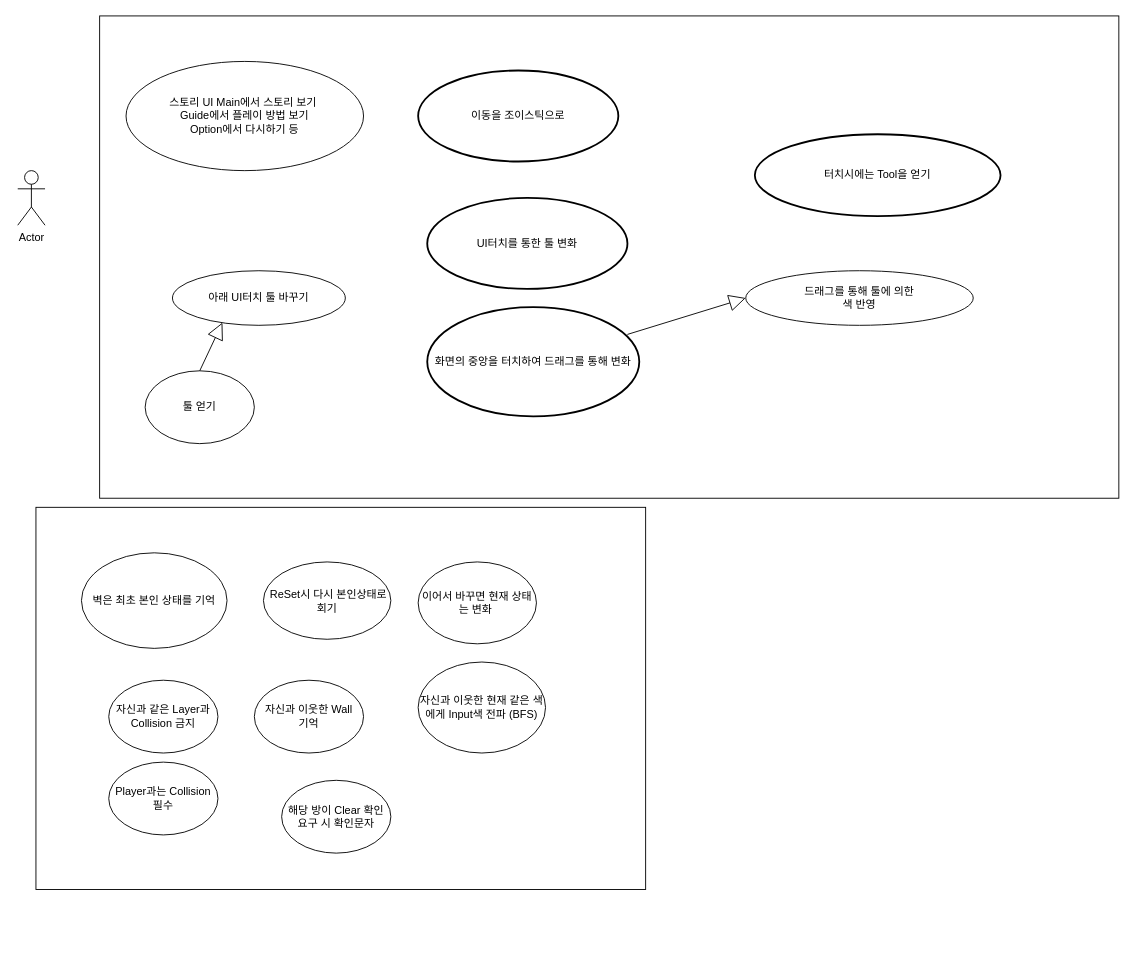
Above: page "페이지-1" (1 of 4) of 2021_Summer_Vacation.drawio in ParkSeongTeak/2021_Summer_Vacation (draw.io), before the change. Source tidied: cells renumbered, new cells numbered last; positions are measured from the earlier drawing's top-left corner, leaving out a move shared by most shapes. Both pictures are drawn from the tidied source at 91%, with x=0, y=0 at pixel (17, 15).
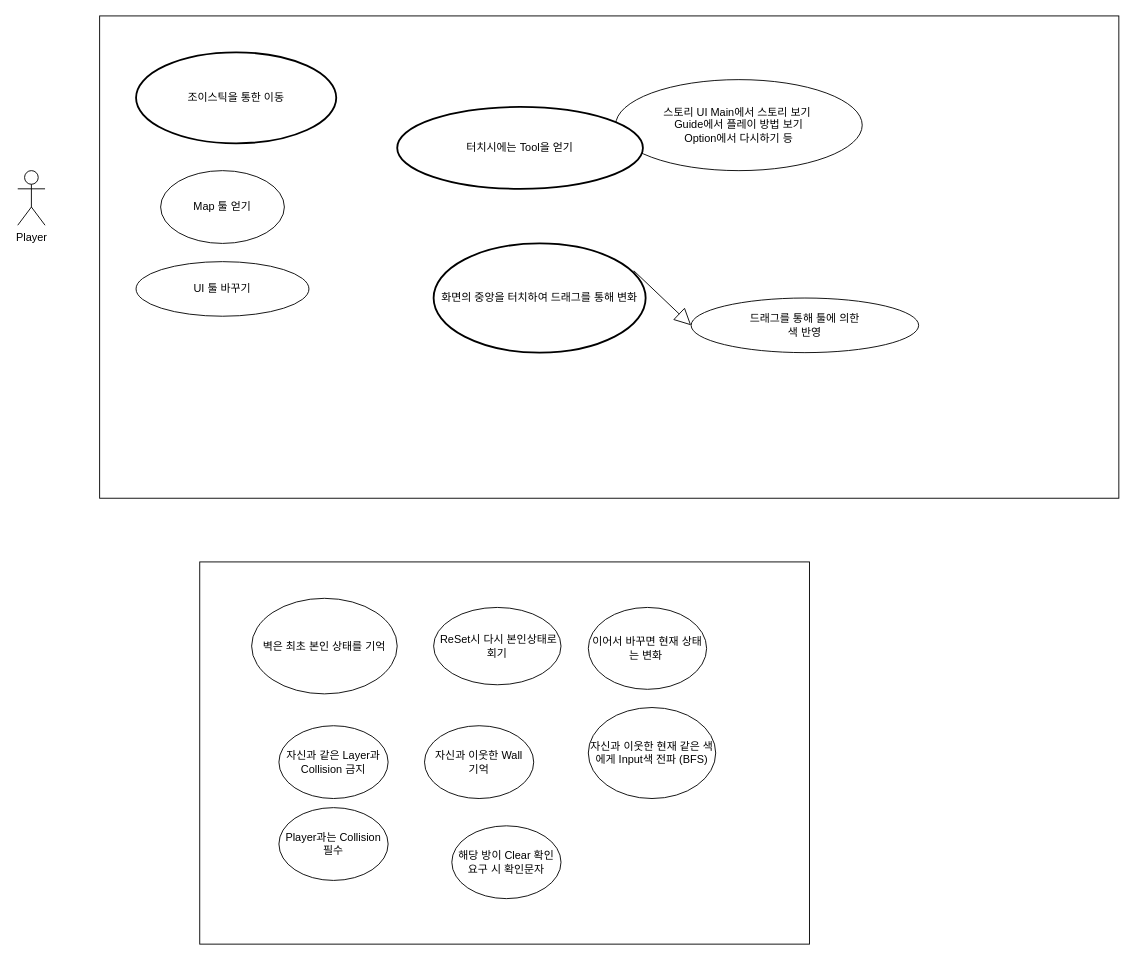
The same diagram, later.

Diff of the diagram source:
```diff
@@
-    <mxCell id="2" value="Actor" style="shape=umlActor;verticalLabelPosition=bottom;verticalAlign=top;html=1;" parent="1" vertex="1">
+    <mxCell id="2" value="Player" style="shape=umlActor;verticalLabelPosition=bottom;verticalAlign=top;html=1;" parent="1" vertex="1">
       <mxGeometry y="170" width="30" height="60" as="geometry" />
     </mxCell>
@@
-    <mxCell id="4" value="아래 UI터치 툴 바꾸기" style="ellipse;whiteSpace=wrap;html=1;" parent="1" vertex="1">
-      <mxGeometry x="170" y="280" width="190" height="60" as="geometry" />
+    <mxCell id="4" value="UI 툴 바꾸기" style="ellipse;whiteSpace=wrap;html=1;" parent="1" vertex="1">
+      <mxGeometry x="130" y="270" width="190" height="60" as="geometry" />
     </mxCell>
     <mxCell id="5" value="드래그를 통해 툴에 의한&lt;br&gt;색 반영" style="ellipse;whiteSpace=wrap;html=1;" parent="1" vertex="1">
-      <mxGeometry x="800" y="280" width="250" height="60" as="geometry" />
+      <mxGeometry x="740" y="310" width="250" height="60" as="geometry" />
     </mxCell>
     <mxCell id="6" value="스토리 UI Main에서 스토리 보기&amp;nbsp;&lt;br&gt;Guide에서 플레이 방법 보기&lt;br&gt;Option에서 다시하기 등&lt;br&gt;" style="ellipse;whiteSpace=wrap;html=1;" parent="1" vertex="1">
-      <mxGeometry x="119" y="50" width="261" height="120" as="geometry" />
+      <mxGeometry x="657" y="70" width="271" height="100" as="geometry" />
     </mxCell>
-    <mxCell id="7" value="툴 얻기" style="ellipse;whiteSpace=wrap;html=1;" parent="1" vertex="1">
-      <mxGeometry x="140" y="390" width="120" height="80" as="geometry" />
+    <mxCell id="7" value="Map 툴 얻기" style="ellipse;whiteSpace=wrap;html=1;" parent="1" vertex="1">
+      <mxGeometry x="157" y="170" width="136" height="80" as="geometry" />
     </mxCell>
-    <mxCell id="8" style="endArrow=block;endSize=16;endFill=0;html=1;rounded=0;entryX=0.289;entryY=0.95;entryDx=0;entryDy=0;entryPerimeter=0;exitX=0.5;exitY=0;exitDx=0;exitDy=0;" parent="1" edge="1" source="7" target="4">
-      <mxGeometry x="-0.51" y="40" relative="1" as="geometry" />
-    </mxCell>
-    <mxCell id="9" value="이동을 조이스틱으로" style="strokeWidth=2;html=1;shape=mxgraph.flowchart.start_1;whiteSpace=wrap;" parent="1" vertex="1">
-      <mxGeometry x="440" y="60" width="220" height="100" as="geometry" />
+    <mxCell id="9" value="조이스틱을 통한 이동" style="strokeWidth=2;html=1;shape=mxgraph.flowchart.start_1;whiteSpace=wrap;" parent="1" vertex="1">
+      <mxGeometry x="130" y="40" width="220" height="100" as="geometry" />
     </mxCell>
-    <mxCell id="10" value="UI터치를 통한 툴 변화" style="strokeWidth=2;html=1;shape=mxgraph.flowchart.start_1;whiteSpace=wrap;" parent="1" vertex="1">
-      <mxGeometry x="450" y="200" width="220" height="100" as="geometry" />
-    </mxCell>
     <mxCell id="11" value="화면의 중앙을 터치하여 드래그를 통해 변화" style="strokeWidth=2;html=1;shape=mxgraph.flowchart.start_1;whiteSpace=wrap;" parent="1" vertex="1">
-      <mxGeometry x="450" y="320" width="233" height="120" as="geometry" />
+      <mxGeometry x="457" y="250" width="233" height="120" as="geometry" />
     </mxCell>
     <mxCell id="12" style="rounded=0;whiteSpace=wrap;html=1;" parent="1" vertex="1">
-      <mxGeometry x="20" y="540" width="670" height="420" as="geometry" />
+      <mxGeometry x="200" y="600" width="670" height="420" as="geometry" />
     </mxCell>
     <mxCell id="13" value="벽은 최초 본인 상태를 기억" style="ellipse;whiteSpace=wrap;html=1;" parent="1" vertex="1">
-      <mxGeometry x="70" y="590" width="160" height="105" as="geometry" />
+      <mxGeometry x="257" y="640" width="160" height="105" as="geometry" />
     </mxCell>
     <mxCell id="14" value="&amp;nbsp;ReSet시 다시 본인상태로 회기" style="ellipse;whiteSpace=wrap;html=1;" parent="1" vertex="1">
-      <mxGeometry x="270" y="600" width="140" height="85" as="geometry" />
+      <mxGeometry x="457" y="650" width="140" height="85" as="geometry" />
     </mxCell>
     <mxCell id="15" value="이어서 바꾸면 현재 상태는 변화&amp;nbsp;" style="ellipse;whiteSpace=wrap;html=1;" parent="1" vertex="1">
-      <mxGeometry x="440" y="600" width="130" height="90" as="geometry" />
+      <mxGeometry x="627" y="650" width="130" height="90" as="geometry" />
     </mxCell>
     <mxCell id="16" value="자신과 같은 Layer과 Collision 금지" style="ellipse;whiteSpace=wrap;html=1;" parent="1" vertex="1">
-      <mxGeometry x="100" y="730" width="120" height="80" as="geometry" />
+      <mxGeometry x="287" y="780" width="120" height="80" as="geometry" />
     </mxCell>
     <mxCell id="17" value="자신과 이웃한 Wall &lt;br&gt;기억" style="ellipse;whiteSpace=wrap;html=1;" parent="1" vertex="1">
-      <mxGeometry x="260" y="730" width="120" height="80" as="geometry" />
+      <mxGeometry x="447" y="780" width="120" height="80" as="geometry" />
     </mxCell>
     <mxCell id="18" value="자신과 이웃한 현재 같은 색에게 Input색 전파 (BFS)" style="ellipse;whiteSpace=wrap;html=1;" parent="1" vertex="1">
-      <mxGeometry x="440" y="710" width="140" height="100" as="geometry" />
+      <mxGeometry x="627" y="760" width="140" height="100" as="geometry" />
     </mxCell>
     <mxCell id="19" value="Player과는 Collision 필수" style="ellipse;whiteSpace=wrap;html=1;" parent="1" vertex="1">
-      <mxGeometry x="100" y="820" width="120" height="80" as="geometry" />
+      <mxGeometry x="287" y="870" width="120" height="80" as="geometry" />
     </mxCell>
@@
     <mxCell id="21" value="터치시에는 Tool을 얻기" style="strokeWidth=2;html=1;shape=mxgraph.flowchart.start_1;whiteSpace=wrap;" parent="1" vertex="1">
-      <mxGeometry x="810" y="130" width="270" height="90" as="geometry" />
+      <mxGeometry x="417" y="100" width="270" height="90" as="geometry" />
     </mxCell>
     <mxCell id="22" value="해당 방이 Clear 확인 요구 시 확인문자" style="ellipse;whiteSpace=wrap;html=1;" parent="1" vertex="1">
-      <mxGeometry x="290" y="840" width="120" height="80" as="geometry" />
+      <mxGeometry x="477" y="890" width="120" height="80" as="geometry" />
     </mxCell>
```
